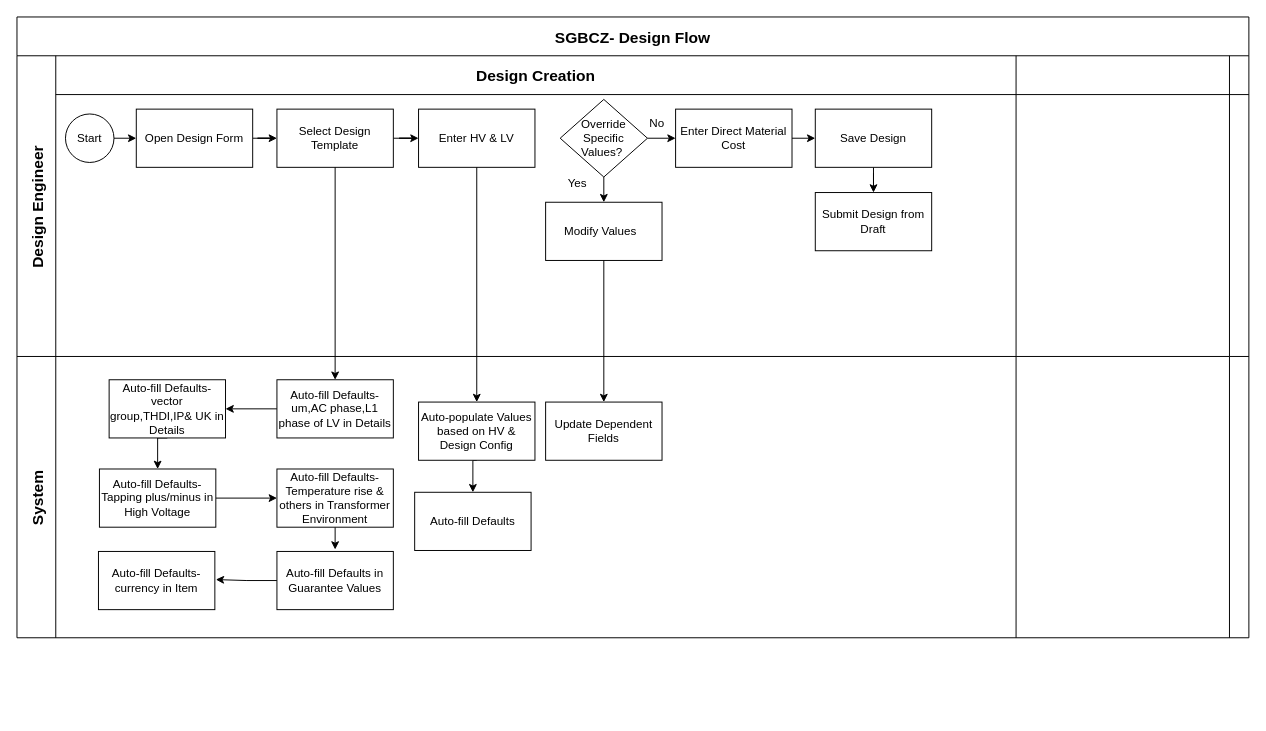
Iswariya-LMNAs/Diagrams keeps this draw.io diagram as sgbcz.drawio. Above is the earlier version. Source tidied: cells renumbered, new cells numbered last; positions are measured from the earlier drawing's top-left corner, leaving out a move shared by most shapes. Both pictures are drawn from the tidied source at 97%, with x=0, y=0 at pixel (16, 16).
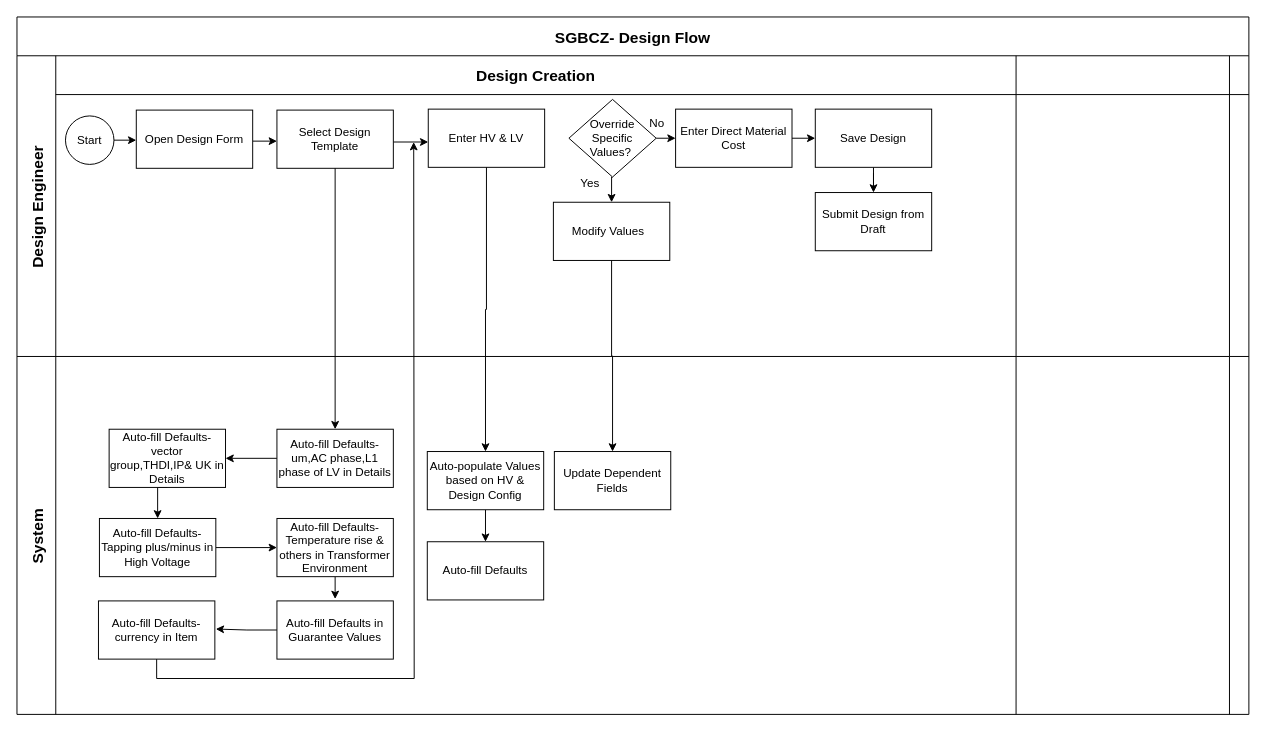
The same page after the edit.

The change refers to these unchanged cells:
```xml
<mxCell id="4" value="Design Creation" style="swimlane;swimlaneHead=0;swimlaneBody=0;fontStyle=1;strokeColor=inherit;fillColor=none;startSize=40;fontSize=16;" parent="3" vertex="1">
  <mxGeometry x="40" width="990" height="310" as="geometry" />
</mxCell>
```

Diff of the diagram source:
```diff
@@
     <mxCell id="2" value="SGBCZ- Design Flow" style="shape=table;childLayout=tableLayout;startSize=40;fontSize=16;fontStyle=1;" parent="1" vertex="1">
-      <mxGeometry width="1270" height="640" as="geometry" />
+      <mxGeometry width="1270" height="719" as="geometry" />
     </mxCell>
@@
     <mxCell id="6" value="Start" style="ellipse;whiteSpace=wrap;html=1;" parent="4" vertex="1">
-      <mxGeometry x="10" y="60" width="50" height="50" as="geometry" />
+      <mxGeometry x="10" y="62" width="50" height="50" as="geometry" />
     </mxCell>
-    <mxCell id="7" style="edgeStyle=orthogonalEdgeStyle;rounded=0;jettySize=auto;html=1;" parent="4" edge="1" source="8" target="11">
-      <mxGeometry relative="1" as="geometry" />
+    <mxCell id="7" style="edgeStyle=orthogonalEdgeStyle;rounded=0;orthogonalLoop=1;jettySize=auto;html=1;" parent="4" edge="1">
+      <mxGeometry relative="1" as="geometry">
+        <mxPoint x="203" y="88" as="sourcePoint" />
+        <mxPoint x="228" y="88" as="targetPoint" />
+      </mxGeometry>
     </mxCell>
     <mxCell id="8" value="Open Design Form" style="rounded=0;whiteSpace=wrap;html=1;" parent="4" vertex="1">
-      <mxGeometry x="83" y="55" width="120" height="60" as="geometry" />
+      <mxGeometry x="83" y="56" width="120" height="60" as="geometry" />
     </mxCell>
     <mxCell id="9" value="Enter HV &amp;amp; LV" style="rounded=0;whiteSpace=wrap;html=1;" parent="4" vertex="1">
-      <mxGeometry x="374" y="55" width="120" height="60" as="geometry" />
+      <mxGeometry x="384" y="55" width="120" height="60" as="geometry" />
     </mxCell>
-    <mxCell id="10" style="edgeStyle=orthogonalEdgeStyle;rounded=0;jettySize=auto;html=1;" parent="4" edge="1" source="11" target="9">
-      <mxGeometry relative="1" as="geometry" />
+    <mxCell id="10" style="edgeStyle=orthogonalEdgeStyle;rounded=0;orthogonalLoop=1;jettySize=auto;html=1;" parent="4" edge="1">
+      <mxGeometry relative="1" as="geometry">
+        <mxPoint x="348" y="88.9" as="sourcePoint" />
+        <mxPoint x="384" y="88.9" as="targetPoint" />
+      </mxGeometry>
     </mxCell>
     <mxCell id="11" value="Select Design Template" style="rounded=0;whiteSpace=wrap;html=1;" parent="4" vertex="1">
-      <mxGeometry x="228" y="55" width="120" height="60" as="geometry" />
+      <mxGeometry x="228" y="56" width="120" height="60" as="geometry" />
     </mxCell>
@@
     <mxCell id="14" value="Override Specific Values?&amp;nbsp;" style="rhombus;whiteSpace=wrap;html=1;" parent="4" vertex="1">
-      <mxGeometry x="520" y="45" width="90" height="80" as="geometry" />
+      <mxGeometry x="529" y="45" width="90" height="80" as="geometry" />
     </mxCell>
     <mxCell id="15" value="Modify Values&amp;nbsp;&amp;nbsp;" style="rounded=0;whiteSpace=wrap;html=1;" parent="4" vertex="1">
-      <mxGeometry x="505" y="151" width="120" height="60" as="geometry" />
+      <mxGeometry x="513" y="151" width="120" height="60" as="geometry" />
     </mxCell>
@@
     <mxCell id="22" value="Yes" style="text;html=1;align=center;verticalAlign=middle;whiteSpace=wrap;rounded=0;" parent="4" vertex="1">
-      <mxGeometry x="508" y="117" width="60" height="30" as="geometry" />
+      <mxGeometry x="521" y="117" width="60" height="30" as="geometry" />
     </mxCell>
@@
     <mxCell id="25" value="System" style="shape=tableRow;horizontal=0;swimlaneHead=0;swimlaneBody=0;top=0;left=0;strokeColor=inherit;bottom=0;right=0;fontStyle=1;fillColor=none;startSize=40;fontSize=16;" parent="2" vertex="1">
-      <mxGeometry y="350" width="1270" height="290" as="geometry" />
+      <mxGeometry y="350" width="1270" height="369" as="geometry" />
     </mxCell>
     <mxCell id="26" style="swimlane;swimlaneHead=0;swimlaneBody=0;fontStyle=1;strokeColor=inherit;fillColor=none;startSize=0;fontSize=16;" parent="25" vertex="1">
-      <mxGeometry x="40" width="990" height="290" as="geometry" />
+      <mxGeometry x="40" width="990" height="369" as="geometry" />
     </mxCell>
@@
     <mxCell id="28" value="Auto-populate Values based on HV &amp;amp; Design Config" style="rounded=0;whiteSpace=wrap;html=1;" parent="26" vertex="1">
-      <mxGeometry x="374" y="47" width="120" height="60" as="geometry" />
+      <mxGeometry x="383" y="98" width="120" height="60" as="geometry" />
     </mxCell>
     <mxCell id="29" value="Auto-fill Defaults" style="rounded=0;whiteSpace=wrap;html=1;" parent="26" vertex="1">
-      <mxGeometry x="370" y="140" width="120" height="60" as="geometry" />
+      <mxGeometry x="383" y="191" width="120" height="60" as="geometry" />
     </mxCell>
     <mxCell id="30" value="Update Dependent Fields" style="rounded=0;whiteSpace=wrap;html=1;" parent="26" vertex="1">
-      <mxGeometry x="505" y="47" width="120" height="60" as="geometry" />
+      <mxGeometry x="514" y="98" width="120" height="60" as="geometry" />
     </mxCell>
@@
     <mxCell id="32" value="Auto-fill Defaults-um,AC phase,L1 phase of LV in Details" style="rounded=0;whiteSpace=wrap;html=1;" parent="26" vertex="1">
-      <mxGeometry x="228" y="24" width="120" height="60" as="geometry" />
+      <mxGeometry x="228" y="75" width="120" height="60" as="geometry" />
     </mxCell>
@@
     <mxCell id="34" value="Auto-fill Defaults- vector group,THDI,IP&amp;amp; UK in Details" style="rounded=0;whiteSpace=wrap;html=1;" parent="26" vertex="1">
-      <mxGeometry x="55" y="24" width="120" height="60" as="geometry" />
+      <mxGeometry x="55" y="75" width="120" height="60" as="geometry" />
     </mxCell>
@@
     <mxCell id="36" value="Auto-fill Defaults- Tapping plus/minus in High Voltage" style="rounded=0;whiteSpace=wrap;html=1;" parent="26" vertex="1">
-      <mxGeometry x="45" y="116" width="120" height="60" as="geometry" />
+      <mxGeometry x="45" y="167" width="120" height="60" as="geometry" />
     </mxCell>
     <mxCell id="37" style="edgeStyle=orthogonalEdgeStyle;rounded=0;jettySize=auto;html=1;exitX=0.5;exitY=1;exitDx=0;exitDy=0;" parent="26" edge="1" source="38">
       <mxGeometry relative="1" as="geometry">
-        <mxPoint x="288" y="199" as="targetPoint" />
+        <mxPoint x="288" y="250" as="targetPoint" />
       </mxGeometry>
     </mxCell>
     <mxCell id="38" value="Auto-fill Defaults- Temperature rise &amp;amp; others in Transformer Environment" style="rounded=0;whiteSpace=wrap;html=1;" parent="26" vertex="1">
-      <mxGeometry x="228" y="116" width="120" height="60" as="geometry" />
+      <mxGeometry x="228" y="167" width="120" height="60" as="geometry" />
     </mxCell>
     <mxCell id="39" style="edgeStyle=orthogonalEdgeStyle;rounded=0;jettySize=auto;html=1;exitX=0;exitY=0.5;exitDx=0;exitDy=0;" parent="26" edge="1" source="40">
       <mxGeometry relative="1" as="geometry">
-        <mxPoint x="165" y="230" as="targetPoint" />
+        <mxPoint x="165" y="281" as="targetPoint" />
       </mxGeometry>
     </mxCell>
     <mxCell id="40" value="Auto-fill Defaults in Guarantee Values" style="rounded=0;whiteSpace=wrap;html=1;" parent="26" vertex="1">
-      <mxGeometry x="228" y="201" width="120" height="60" as="geometry" />
+      <mxGeometry x="228" y="252" width="120" height="60" as="geometry" />
     </mxCell>
+    <mxCell id="47" style="edgeStyle=orthogonalEdgeStyle;rounded=0;jettySize=auto;html=1;exitX=0.5;exitY=1;exitDx=0;exitDy=0;" parent="26" edge="1" source="41">
+      <mxGeometry relative="1" as="geometry">
+        <mxPoint x="369" y="-221" as="targetPoint" />
+      </mxGeometry>
+    </mxCell>
     <mxCell id="41" value="Auto-fill Defaults- currency in Item" style="rounded=0;whiteSpace=wrap;html=1;" parent="26" vertex="1">
-      <mxGeometry x="44" y="201" width="120" height="60" as="geometry" />
+      <mxGeometry x="44" y="252" width="120" height="60" as="geometry" />
     </mxCell>
     <mxCell id="42" style="swimlane;swimlaneHead=0;swimlaneBody=0;fontStyle=1;strokeColor=inherit;fillColor=none;startSize=0;fontSize=16;" parent="25" vertex="1">
-      <mxGeometry x="1030" width="220" height="290" as="geometry" />
+      <mxGeometry x="1030" width="220" height="369" as="geometry" />
     </mxCell>
     <mxCell id="43" style="swimlane;swimlaneHead=0;swimlaneBody=0;fontStyle=1;strokeColor=inherit;fillColor=none;startSize=0;fontSize=16;" parent="25" vertex="1">
-      <mxGeometry x="1250" width="20" height="290" as="geometry" />
+      <mxGeometry x="1250" width="20" height="369" as="geometry" />
     </mxCell>
```
